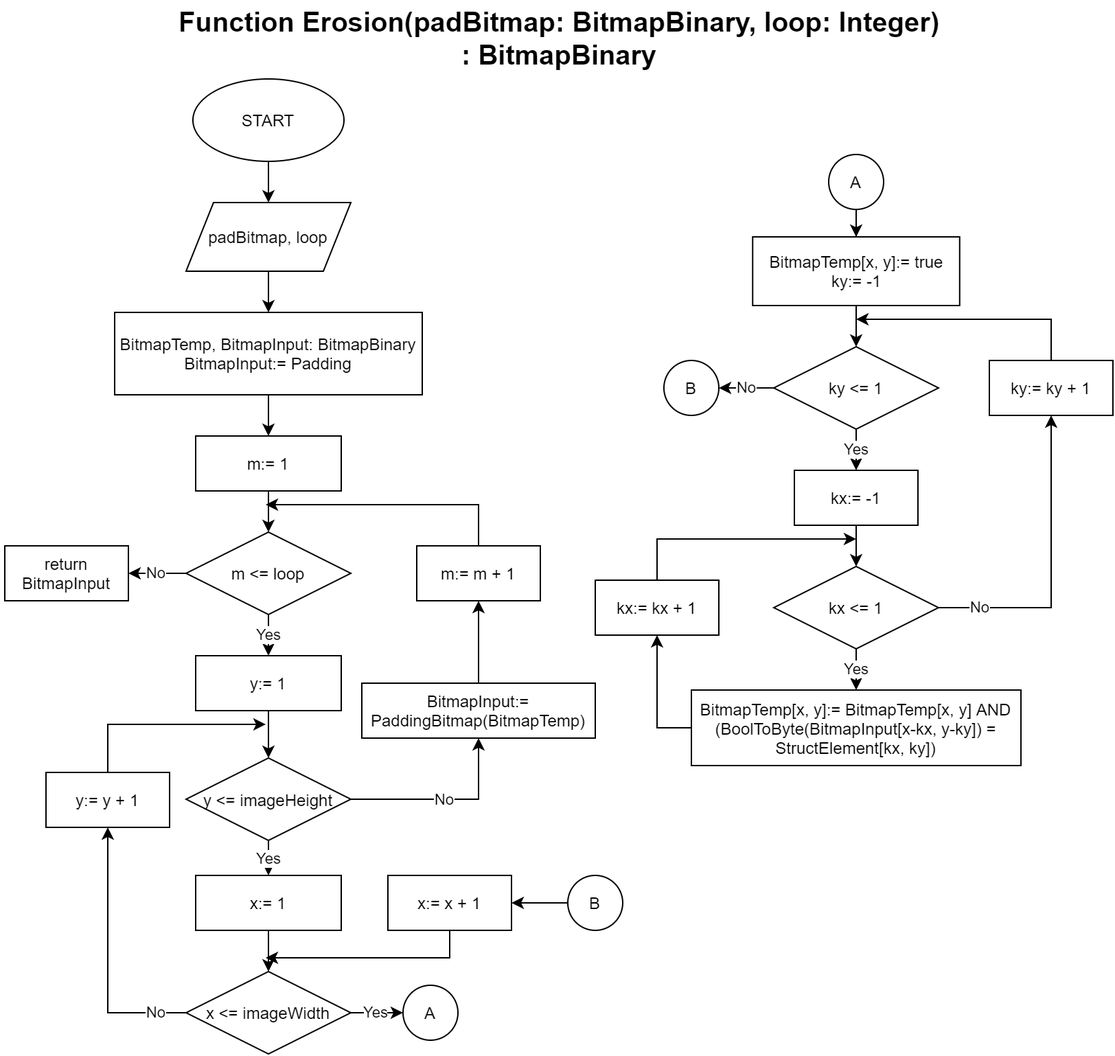
This is flowchart/.png/Erosion.png from ukayaj620/batikcomp, a draw.io export, as it was before one commit. Source tidied: cells renumbered, new cells last; positions are measured from the earlier drawing's top-left corner, leaving out a move shared by most shapes.
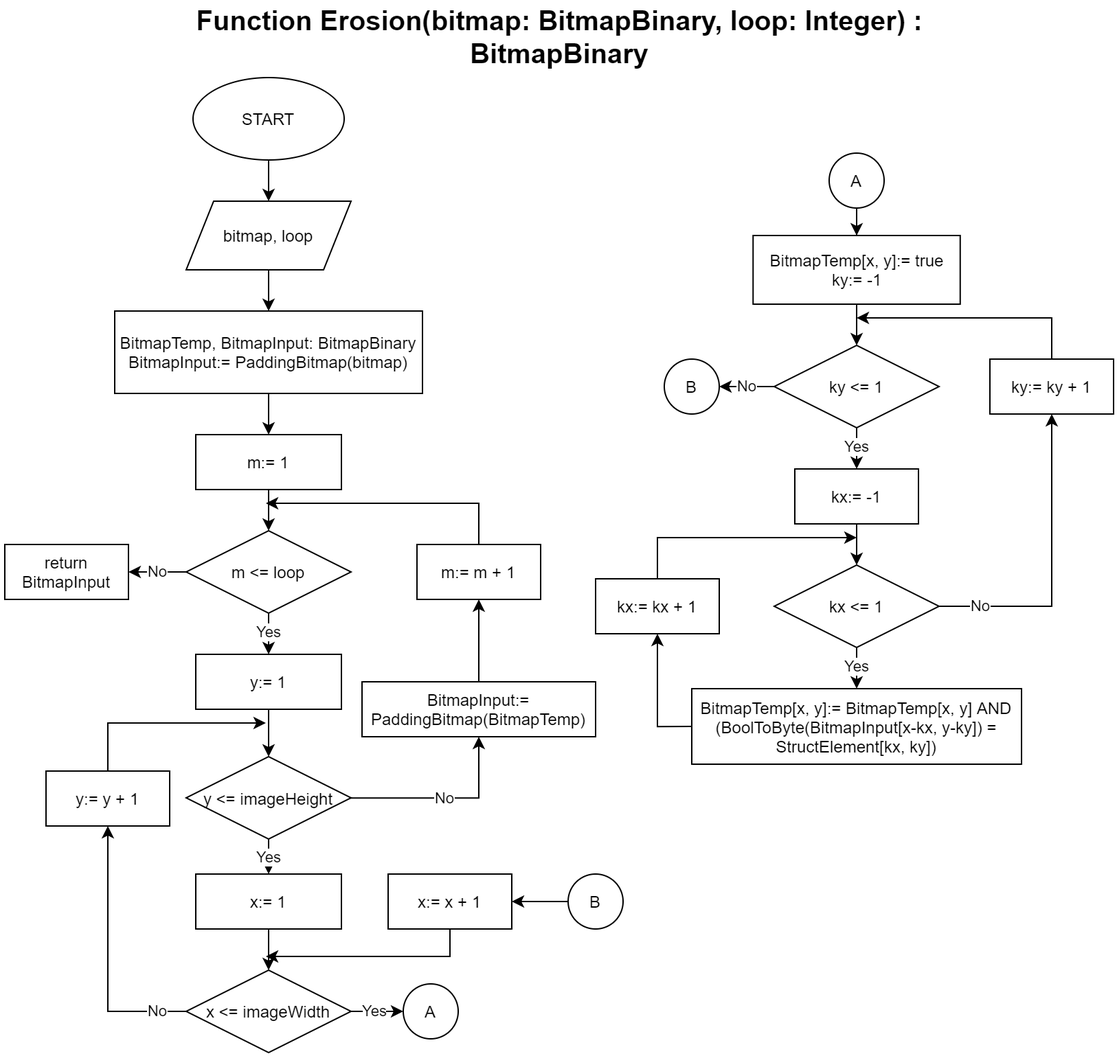
After the commit.

Commit message:
docs: update method erosion flowchart

What changed in the source:
```diff
@@ -2,7 +2,7 @@
   <root>
     <mxCell id="0" />
     <mxCell id="1" parent="0" />
-    <mxCell id="2" value="&lt;font style=&quot;font-size: 20px&quot;&gt;&lt;b&gt;Function Erosion(padBitmap: BitmapBinary, loop: Integer) : BitmapBinary&lt;/b&gt;&lt;/font&gt;" style="text;html=1;strokeColor=none;fillColor=none;align=center;verticalAlign=middle;whiteSpace=wrap;rounded=0;" parent="1" vertex="1">
+    <mxCell id="2" value="&lt;font style=&quot;font-size: 20px&quot;&gt;&lt;b&gt;Function Erosion(bitmap: BitmapBinary, loop: Integer) : BitmapBinary&lt;/b&gt;&lt;/font&gt;" style="text;html=1;strokeColor=none;fillColor=none;align=center;verticalAlign=middle;whiteSpace=wrap;rounded=0;" parent="1" vertex="1">
       <mxGeometry x="124" width="560" height="20" as="geometry" />
     </mxCell>
     <mxCell id="3" style="edgeStyle=orthogonalEdgeStyle;rounded=0;jettySize=auto;html=1;" parent="1" edge="1" source="4" target="6">
@@ -14,13 +14,13 @@
     <mxCell id="5" style="edgeStyle=orthogonalEdgeStyle;rounded=0;jettySize=auto;html=1;" parent="1" edge="1" source="6" target="8">
       <mxGeometry relative="1" as="geometry" />
     </mxCell>
-    <mxCell id="6" value="padBitmap, loop" style="shape=parallelogram;perimeter=parallelogramPerimeter;whiteSpace=wrap;html=1;fixedSize=1;" parent="1" vertex="1">
+    <mxCell id="6" value="bitmap, loop" style="shape=parallelogram;perimeter=parallelogramPerimeter;whiteSpace=wrap;html=1;fixedSize=1;" parent="1" vertex="1">
       <mxGeometry x="132" y="130" width="120" height="50" as="geometry" />
     </mxCell>
     <mxCell id="7" style="edgeStyle=orthogonalEdgeStyle;rounded=0;jettySize=auto;html=1;" parent="1" edge="1" source="8" target="10">
       <mxGeometry relative="1" as="geometry" />
     </mxCell>
-    <mxCell id="8" value="BitmapTemp, BitmapInput: BitmapBinary&lt;br&gt;BitmapInput:= Padding" style="rounded=0;whiteSpace=wrap;html=1;" parent="1" vertex="1">
+    <mxCell id="8" value="BitmapTemp, BitmapInput: BitmapBinary&lt;br&gt;BitmapInput:= PaddingBitmap(bitmap)" style="rounded=0;whiteSpace=wrap;html=1;" parent="1" vertex="1">
       <mxGeometry x="80" y="210" width="224" height="60" as="geometry" />
     </mxCell>
     <mxCell id="9" style="edgeStyle=orthogonalEdgeStyle;rounded=0;jettySize=auto;html=1;" parent="1" edge="1" source="10" target="14">
```
